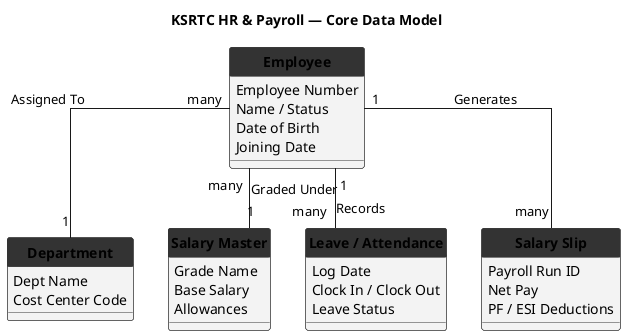
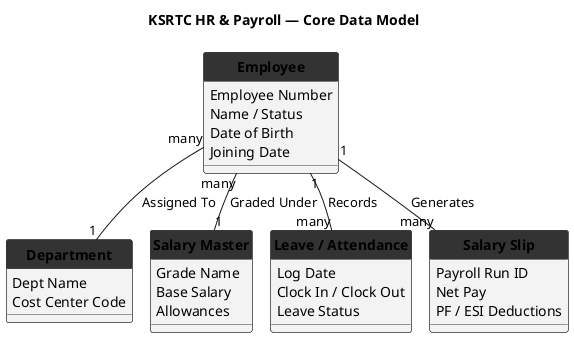
@startuml HR_03_ClassDiagram
+ !pragma layout smetana
title KSRTC HR & Payroll — Core Data Model

hide circle
skinparam linetype ortho
skinparam class {
  BackgroundColor #F3F3F3
  BorderColor #333333
  HeaderBackgroundColor #333333
  HeaderFontColor #FFFFFF
}

class "**Employee**" as Emp {
  Employee Number
  Name / Status
  Date of Birth
  Joining Date
}

class "**Department**" as Dept {
  Dept Name
  Cost Center Code
}

class "**Salary Master**" as Sal {
  Grade Name
  Base Salary
  Allowances
}

class "**Leave / Attendance**" as Task {
  Log Date
  Clock In / Clock Out
  Leave Status
}

class "**Salary Slip**" as Slip {
  Payroll Run ID
  Net Pay
  PF / ESI Deductions
}

Emp "many" -- "1" Dept : Assigned To
Emp "many" -- "1" Sal : Graded Under
Emp "1" -- "many" Task : Records
Emp "1" -- "many" Slip : Generates
@enduml